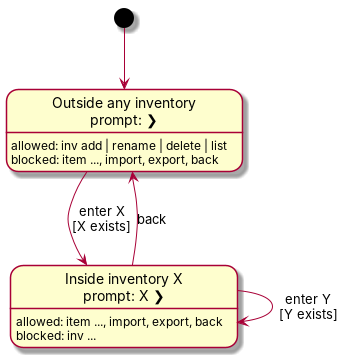
Above: docs/images/LocationStateDiagram.png in AY2627S1-CS2113-W14-4/tp (PlantUML), before the change. Its source is kept beside it as docs/diagrams/LocationStateDiagram.puml.
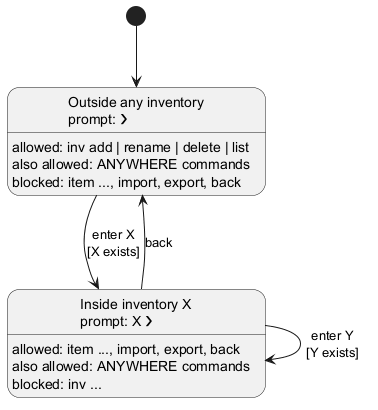
After the change.

What changed in the source:
```diff
@@ -3,10 +3,12 @@
 
 state "Outside any inventory\nprompt: ❯" as Outside
 Outside : allowed: inv add | rename | delete | list
+Outside : also allowed: ANYWHERE commands
 Outside : blocked: item ..., import, export, back
 
 state "Inside inventory X\nprompt: X ❯" as Inside
 Inside : allowed: item ..., import, export, back
+Inside : also allowed: ANYWHERE commands
 Inside : blocked: inv ...
 
 [*] --> Outside
```
